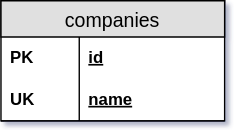
This is docs/drawio/db_schema.svg from scommons/scommons-admin, a draw.io export, as it was before one commit. Source tidied: cells renumbered, new cells last; positions are measured from the earlier drawing's top-left corner, leaving out a move shared by most shapes.
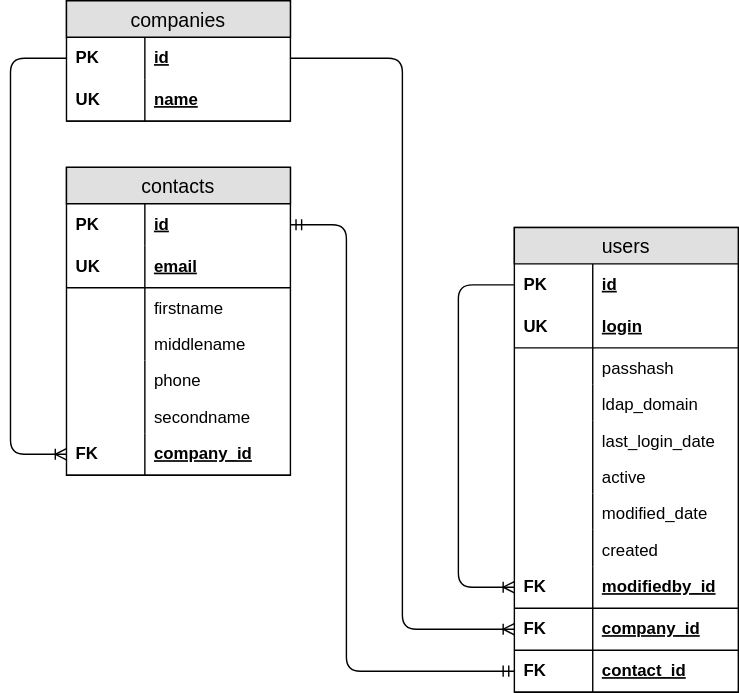
After the change.

The edit, as a diff of the source:
```diff
@@ -17,5 +17,147 @@
     <mxCell id="6" value="UK" style="shape=partialRectangle;fontStyle=1;top=0;left=0;bottom=0;fillColor=none;align=left;verticalAlign=middle;spacingLeft=4;spacingRight=4;overflow=hidden;fontSize=12;" parent="5" vertex="1">
       <mxGeometry width="56" height="30" as="geometry" />
     </mxCell>
+    <mxCell id="7" value="contacts" style="swimlane;fontStyle=0;horizontal=1;startSize=26;fillColor=#e0e0e0;swimlaneFillColor=#ffffff;align=center;fontSize=14;" parent="1" vertex="1">
+      <mxGeometry y="119" width="160" height="220" as="geometry" />
+    </mxCell>
+    <mxCell id="8" value="id" style="shape=partialRectangle;top=0;left=0;right=0;bottom=0;align=left;verticalAlign=middle;fillColor=none;spacingLeft=60;spacingRight=4;overflow=hidden;points=[[0,0.5],[1,0.5]];portConstraint=eastwest;fontStyle=5;fontSize=12;" parent="7" vertex="1">
+      <mxGeometry y="26" width="160" height="30" as="geometry" />
+    </mxCell>
+    <mxCell id="9" value="PK" style="shape=partialRectangle;fontStyle=1;top=0;left=0;bottom=0;fillColor=none;align=left;verticalAlign=middle;spacingLeft=4;spacingRight=4;overflow=hidden;fontSize=12;" parent="8" vertex="1">
+      <mxGeometry width="56" height="30" as="geometry" />
+    </mxCell>
+    <mxCell id="10" value="email" style="shape=partialRectangle;top=0;left=0;right=0;bottom=1;align=left;verticalAlign=middle;fillColor=none;spacingLeft=60;spacingRight=4;overflow=hidden;fontStyle=5;fontSize=12;" parent="7" vertex="1">
+      <mxGeometry y="56" width="160" height="30" as="geometry" />
+    </mxCell>
+    <mxCell id="11" value="UK" style="shape=partialRectangle;fontStyle=1;top=0;left=0;bottom=0;fillColor=none;align=left;verticalAlign=middle;spacingLeft=4;spacingRight=4;overflow=hidden;fontSize=12;" parent="10" vertex="1">
+      <mxGeometry width="56" height="30" as="geometry" />
+    </mxCell>
+    <mxCell id="12" value="firstname" style="shape=partialRectangle;top=0;left=0;right=0;bottom=0;align=left;verticalAlign=top;fillColor=none;spacingLeft=60;spacingRight=4;overflow=hidden;fontSize=12;" parent="7" vertex="1">
+      <mxGeometry y="86" width="160" height="26" as="geometry" />
+    </mxCell>
+    <mxCell id="13" style="shape=partialRectangle;top=0;left=0;bottom=0;fillColor=none;align=left;verticalAlign=top;spacingLeft=4;spacingRight=4;overflow=hidden;fontSize=12;" parent="12" vertex="1">
+      <mxGeometry width="56" height="26" as="geometry" />
+    </mxCell>
+    <mxCell id="14" value="middlename" style="shape=partialRectangle;top=0;left=0;right=0;bottom=0;align=left;verticalAlign=top;fillColor=none;spacingLeft=60;spacingRight=4;overflow=hidden;fontSize=12;" parent="7" vertex="1">
+      <mxGeometry y="112" width="160" height="26" as="geometry" />
+    </mxCell>
+    <mxCell id="15" style="shape=partialRectangle;top=0;left=0;bottom=0;fillColor=none;align=left;verticalAlign=top;spacingLeft=4;spacingRight=4;overflow=hidden;fontSize=12;" parent="14" vertex="1">
+      <mxGeometry width="56" height="26" as="geometry" />
+    </mxCell>
+    <mxCell id="16" value="phone" style="shape=partialRectangle;top=0;left=0;right=0;bottom=0;align=left;verticalAlign=top;fillColor=none;spacingLeft=60;spacingRight=4;overflow=hidden;fontSize=12;" parent="7" vertex="1">
+      <mxGeometry y="138" width="160" height="26" as="geometry" />
+    </mxCell>
+    <mxCell id="17" style="shape=partialRectangle;top=0;left=0;bottom=0;fillColor=none;align=left;verticalAlign=top;spacingLeft=4;spacingRight=4;overflow=hidden;fontSize=12;" parent="16" vertex="1">
+      <mxGeometry width="56" height="26" as="geometry" />
+    </mxCell>
+    <mxCell id="18" value="secondname" style="shape=partialRectangle;top=0;left=0;right=0;bottom=0;align=left;verticalAlign=top;fillColor=none;spacingLeft=60;spacingRight=4;overflow=hidden;fontSize=12;" parent="7" vertex="1">
+      <mxGeometry y="164" width="160" height="26" as="geometry" />
+    </mxCell>
+    <mxCell id="19" style="shape=partialRectangle;top=0;left=0;bottom=0;fillColor=none;align=left;verticalAlign=top;spacingLeft=4;spacingRight=4;overflow=hidden;fontSize=12;" parent="18" vertex="1">
+      <mxGeometry width="56" height="26" as="geometry" />
+    </mxCell>
+    <mxCell id="20" value="company_id" style="shape=partialRectangle;top=0;left=0;right=0;bottom=1;align=left;verticalAlign=middle;fillColor=none;spacingLeft=60;spacingRight=4;overflow=hidden;points=[[0,0.5],[1,0.5]];portConstraint=eastwest;fontStyle=5;fontSize=12;" parent="7" vertex="1">
+      <mxGeometry y="190" width="160" height="30" as="geometry" />
+    </mxCell>
+    <mxCell id="21" value="FK" style="shape=partialRectangle;fontStyle=1;top=0;left=0;bottom=0;fillColor=none;align=left;verticalAlign=middle;spacingLeft=4;spacingRight=4;overflow=hidden;fontSize=12;" parent="20" vertex="1">
+      <mxGeometry width="56" height="30" as="geometry" />
+    </mxCell>
+    <mxCell id="22" value="users" style="swimlane;fontStyle=0;horizontal=1;startSize=26;fillColor=#e0e0e0;swimlaneFillColor=#ffffff;align=center;fontSize=14;" parent="1" vertex="1">
+      <mxGeometry x="320" y="162" width="160" height="332" as="geometry" />
+    </mxCell>
+    <mxCell id="23" value="id" style="shape=partialRectangle;top=0;left=0;right=0;bottom=0;align=left;verticalAlign=middle;fillColor=none;spacingLeft=60;spacingRight=4;overflow=hidden;points=[[0,0.5],[1,0.5]];portConstraint=eastwest;fontStyle=5;fontSize=12;" parent="22" vertex="1">
+      <mxGeometry y="26" width="160" height="30" as="geometry" />
+    </mxCell>
+    <mxCell id="24" value="PK" style="shape=partialRectangle;fontStyle=1;top=0;left=0;bottom=0;fillColor=none;align=left;verticalAlign=middle;spacingLeft=4;spacingRight=4;overflow=hidden;fontSize=12;" parent="23" vertex="1">
+      <mxGeometry width="56" height="30" as="geometry" />
+    </mxCell>
+    <mxCell id="25" value="login" style="shape=partialRectangle;top=0;left=0;right=0;bottom=1;align=left;verticalAlign=middle;fillColor=none;spacingLeft=60;spacingRight=4;overflow=hidden;fontStyle=5;fontSize=12;" parent="22" vertex="1">
+      <mxGeometry y="56" width="160" height="30" as="geometry" />
+    </mxCell>
+    <mxCell id="26" value="UK" style="shape=partialRectangle;fontStyle=1;top=0;left=0;bottom=0;fillColor=none;align=left;verticalAlign=middle;spacingLeft=4;spacingRight=4;overflow=hidden;fontSize=12;" parent="25" vertex="1">
+      <mxGeometry width="56" height="30" as="geometry" />
+    </mxCell>
+    <mxCell id="27" value="passhash" style="shape=partialRectangle;top=0;left=0;right=0;bottom=0;align=left;verticalAlign=top;fillColor=none;spacingLeft=60;spacingRight=4;overflow=hidden;fontSize=12;" parent="22" vertex="1">
+      <mxGeometry y="86" width="160" height="26" as="geometry" />
+    </mxCell>
+    <mxCell id="28" style="shape=partialRectangle;top=0;left=0;bottom=0;fillColor=none;align=left;verticalAlign=top;spacingLeft=4;spacingRight=4;overflow=hidden;fontSize=12;" parent="27" vertex="1">
+      <mxGeometry width="56" height="26" as="geometry" />
+    </mxCell>
+    <mxCell id="29" value="ldap_domain" style="shape=partialRectangle;top=0;left=0;right=0;bottom=0;align=left;verticalAlign=top;fillColor=none;spacingLeft=60;spacingRight=4;overflow=hidden;fontSize=12;" parent="22" vertex="1">
+      <mxGeometry y="112" width="160" height="26" as="geometry" />
+    </mxCell>
+    <mxCell id="30" style="shape=partialRectangle;top=0;left=0;bottom=0;fillColor=none;align=left;verticalAlign=top;spacingLeft=4;spacingRight=4;overflow=hidden;fontSize=12;" parent="29" vertex="1">
+      <mxGeometry width="56" height="26" as="geometry" />
+    </mxCell>
+    <mxCell id="31" value="last_login_date" style="shape=partialRectangle;top=0;left=0;right=0;bottom=0;align=left;verticalAlign=top;fillColor=none;spacingLeft=60;spacingRight=4;overflow=hidden;fontSize=12;" parent="22" vertex="1">
+      <mxGeometry y="138" width="160" height="26" as="geometry" />
+    </mxCell>
+    <mxCell id="32" style="shape=partialRectangle;top=0;left=0;bottom=0;fillColor=none;align=left;verticalAlign=top;spacingLeft=4;spacingRight=4;overflow=hidden;fontSize=12;" parent="31" vertex="1">
+      <mxGeometry width="56" height="26" as="geometry" />
+    </mxCell>
+    <mxCell id="33" value="active" style="shape=partialRectangle;top=0;left=0;right=0;bottom=0;align=left;verticalAlign=top;fillColor=none;spacingLeft=60;spacingRight=4;overflow=hidden;fontSize=12;" parent="22" vertex="1">
+      <mxGeometry y="164" width="160" height="26" as="geometry" />
+    </mxCell>
+    <mxCell id="34" style="shape=partialRectangle;top=0;left=0;bottom=0;fillColor=none;align=left;verticalAlign=top;spacingLeft=4;spacingRight=4;overflow=hidden;fontSize=12;" parent="33" vertex="1">
+      <mxGeometry width="56" height="26" as="geometry" />
+    </mxCell>
+    <mxCell id="35" value="modified_date" style="shape=partialRectangle;top=0;left=0;right=0;bottom=0;align=left;verticalAlign=top;fillColor=none;spacingLeft=60;spacingRight=4;overflow=hidden;fontSize=12;" parent="22" vertex="1">
+      <mxGeometry y="190" width="160" height="26" as="geometry" />
+    </mxCell>
+    <mxCell id="36" style="shape=partialRectangle;top=0;left=0;bottom=0;fillColor=none;align=left;verticalAlign=top;spacingLeft=4;spacingRight=4;overflow=hidden;fontSize=12;" parent="35" vertex="1">
+      <mxGeometry width="56" height="26" as="geometry" />
+    </mxCell>
+    <mxCell id="37" value="created" style="shape=partialRectangle;top=0;left=0;right=0;bottom=0;align=left;verticalAlign=top;fillColor=none;spacingLeft=60;spacingRight=4;overflow=hidden;fontSize=12;" parent="22" vertex="1">
+      <mxGeometry y="216" width="160" height="26" as="geometry" />
+    </mxCell>
+    <mxCell id="38" style="shape=partialRectangle;top=0;left=0;bottom=0;fillColor=none;align=left;verticalAlign=top;spacingLeft=4;spacingRight=4;overflow=hidden;fontSize=12;" parent="37" vertex="1">
+      <mxGeometry width="56" height="26" as="geometry" />
+    </mxCell>
+    <mxCell id="39" value="modifiedby_id" style="shape=partialRectangle;top=0;left=0;right=0;bottom=1;align=left;verticalAlign=middle;fillColor=none;spacingLeft=60;spacingRight=4;overflow=hidden;points=[[0,0.5],[1,0.5]];portConstraint=eastwest;fontStyle=5;fontSize=12;" parent="22" vertex="1">
+      <mxGeometry y="242" width="160" height="30" as="geometry" />
+    </mxCell>
+    <mxCell id="40" value="FK" style="shape=partialRectangle;fontStyle=1;top=0;left=0;bottom=0;fillColor=none;align=left;verticalAlign=middle;spacingLeft=4;spacingRight=4;overflow=hidden;fontSize=12;" parent="39" vertex="1">
+      <mxGeometry width="56" height="30" as="geometry" />
+    </mxCell>
+    <mxCell id="41" value="company_id" style="shape=partialRectangle;top=0;left=0;right=0;bottom=1;align=left;verticalAlign=middle;fillColor=none;spacingLeft=60;spacingRight=4;overflow=hidden;points=[[0,0.5],[1,0.5]];portConstraint=eastwest;fontStyle=5;fontSize=12;" parent="22" vertex="1">
+      <mxGeometry y="272" width="160" height="30" as="geometry" />
+    </mxCell>
+    <mxCell id="42" value="FK" style="shape=partialRectangle;fontStyle=1;top=0;left=0;bottom=0;fillColor=none;align=left;verticalAlign=middle;spacingLeft=4;spacingRight=4;overflow=hidden;fontSize=12;" parent="41" vertex="1">
+      <mxGeometry width="56" height="30" as="geometry" />
+    </mxCell>
+    <mxCell id="43" value="contact_id" style="shape=partialRectangle;top=0;left=0;right=0;bottom=1;align=left;verticalAlign=middle;fillColor=none;spacingLeft=60;spacingRight=4;overflow=hidden;points=[[0,0.5],[1,0.5]];portConstraint=eastwest;fontStyle=5;fontSize=12;" parent="22" vertex="1">
+      <mxGeometry y="302" width="160" height="30" as="geometry" />
+    </mxCell>
+    <mxCell id="44" value="FK" style="shape=partialRectangle;fontStyle=1;top=0;left=0;bottom=0;fillColor=none;align=left;verticalAlign=middle;spacingLeft=4;spacingRight=4;overflow=hidden;fontSize=12;" parent="43" vertex="1">
+      <mxGeometry width="56" height="30" as="geometry" />
+    </mxCell>
+    <mxCell id="45" style="edgeStyle=elbowEdgeStyle;fontSize=12;html=1;endArrow=ERoneToMany;exitX=0;exitY=0.5;entryX=0;entryY=0.5;" parent="22" edge="1" source="23" target="39">
+      <mxGeometry relative="1" as="geometry">
+        <Array as="points">
+          <mxPoint x="-40" y="151" />
+        </Array>
+      </mxGeometry>
+    </mxCell>
+    <mxCell id="46" style="edgeStyle=elbowEdgeStyle;fontSize=12;html=1;endArrow=ERoneToMany;exitX=0;exitY=0.5;entryX=0;entryY=0.5;" parent="1" edge="1" source="3" target="20">
+      <mxGeometry relative="1" as="geometry">
+        <Array as="points">
+          <mxPoint x="-40" y="183" />
+        </Array>
+      </mxGeometry>
+    </mxCell>
+    <mxCell id="47" style="edgeStyle=elbowEdgeStyle;fontSize=12;html=1;endArrow=ERoneToMany;exitX=1;exitY=0.5;entryX=0;entryY=0.5;" parent="1" edge="1" source="3" target="41">
+      <mxGeometry relative="1" as="geometry">
+        <Array as="points">
+          <mxPoint x="240" y="203" />
+        </Array>
+      </mxGeometry>
+    </mxCell>
+    <mxCell id="48" style="edgeStyle=elbowEdgeStyle;fontSize=12;html=1;endArrow=ERmandOne;startArrow=ERmandOne;entryX=0;entryY=0.5;exitX=1;exitY=0.5;" parent="1" edge="1" source="8" target="43">
+      <mxGeometry relative="1" as="geometry">
+        <Array as="points">
+          <mxPoint x="200" y="313" />
+        </Array>
+      </mxGeometry>
+    </mxCell>
   </root>
 </mxGraphModel>
```
